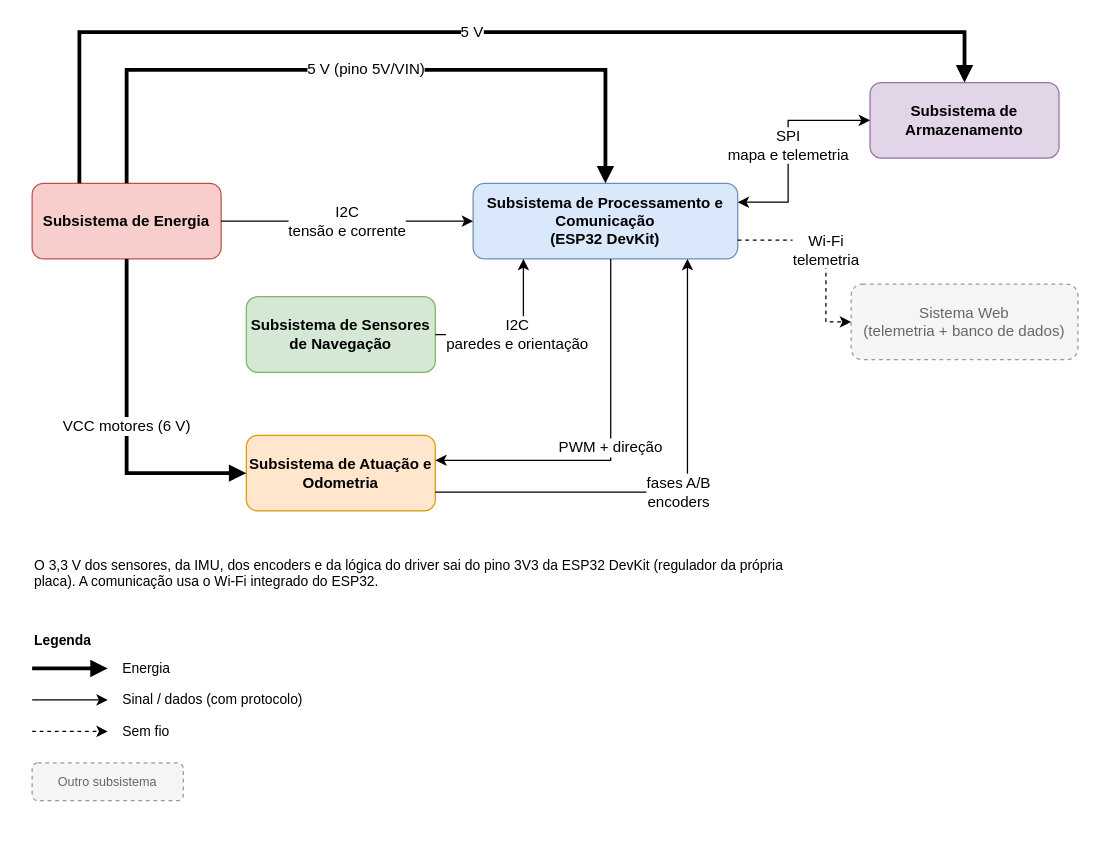
Above: page "Visão geral" (1 of 6) of hw/Placa de Integração/Diagrama de blocos/Diagrama de blocos.drawio in fcte-pi1/2026.2_PI1_Grupo2_Hilmer (draw.io), before the change. Source tidied: cells renumbered, new cells numbered last; positions are measured from the earlier drawing's top-left corner, leaving out a move shared by most shapes. Both pictures are drawn from the tidied source at 126%, with x=0, y=0 at pixel (32, 32).
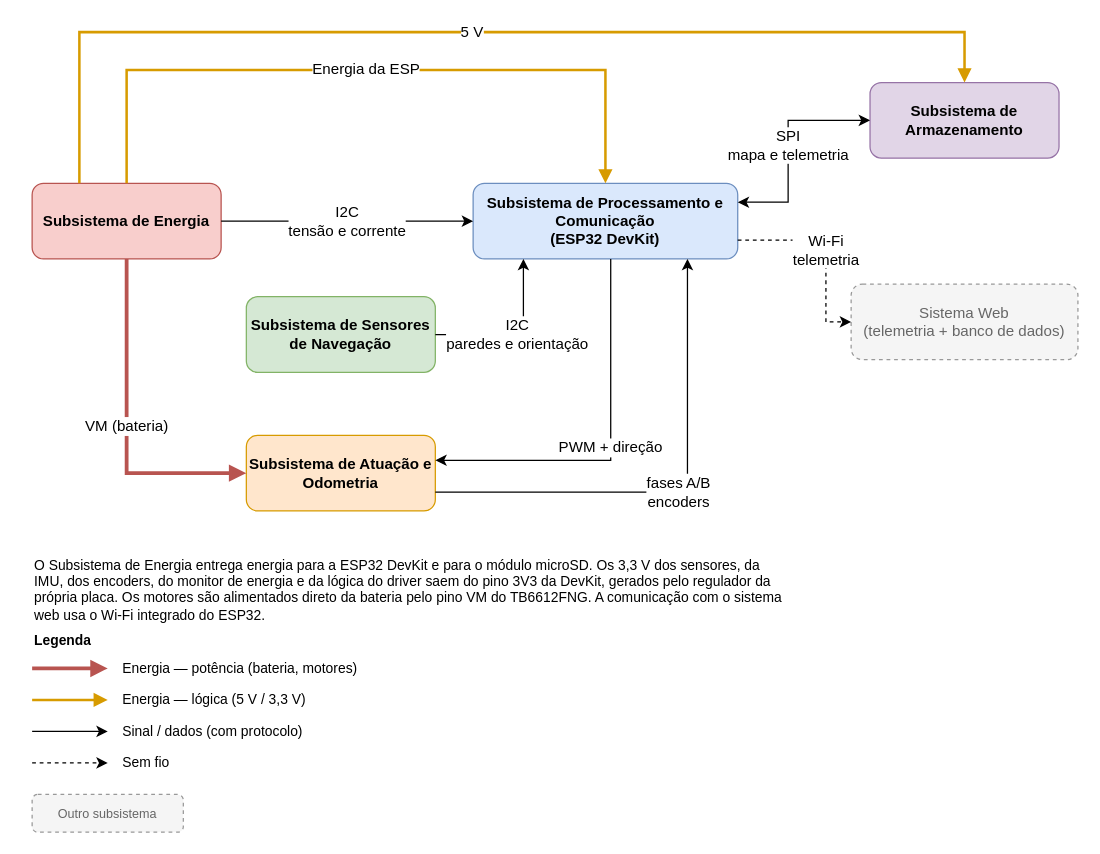
The same page after the edit.

Commit message (it also covers changes not shown here):
[Hardware] Atualiza diagrama de blocos e projeto conceitual para a arquitetura de alimentação definida

The change refers to these unchanged cells:
```xml
<mxCell id="2" value="Subsistema de Energia" style="rounded=1;whiteSpace=wrap;html=1;fillColor=#f8cecc;strokeColor=#b85450;fontStyle=1;" parent="1" vertex="1">
  <mxGeometry y="120" width="150" height="60" as="geometry" />
</mxCell>
<mxCell id="3" value="Subsistema de Processamento e Comunicação&lt;br&gt;(ESP32 DevKit)" style="rounded=1;whiteSpace=wrap;html=1;fillColor=#dae8fc;strokeColor=#6c8ebf;fontStyle=1;" parent="1" vertex="1">
  <mxGeometry x="350" y="120" width="210" height="60" as="geometry" />
</mxCell>
<mxCell id="5" value="Subsistema de Atuação e Odometria" style="rounded=1;whiteSpace=wrap;html=1;fillColor=#ffe6cc;strokeColor=#d79b00;fontStyle=1;" parent="1" vertex="1">
  <mxGeometry x="170" y="320" width="150" height="60" as="geometry" />
</mxCell>
<mxCell id="6" value="Subsistema de Armazenamento" style="rounded=1;whiteSpace=wrap;html=1;fillColor=#e1d5e7;strokeColor=#9673a6;fontStyle=1;" parent="1" vertex="1">
  <mxGeometry x="665" y="40" width="150" height="60" as="geometry" />
</mxCell>
```

The edit, as a diff of the source:
```diff
@@
-    <mxCell id="8" value="&lt;font style=&quot;font-size: 12px;&quot;&gt;5 V (pino 5V/VIN)&lt;/font&gt;" style="edgeStyle=orthogonalEdgeStyle;rounded=0;jettySize=auto;html=1;labelBackgroundColor=#FFFFFF;fontSize=10;strokeWidth=3;endArrow=block;endFill=1;exitX=0.5;exitY=0;exitDx=0;exitDy=0;entryX=0.5;entryY=0;entryDx=0;entryDy=0;" parent="1" edge="1" source="2" target="3">
+    <mxCell id="8" value="&lt;span style=&quot;font-size: 12px;&quot;&gt;Energia da ESP&lt;/span&gt;" style="edgeStyle=orthogonalEdgeStyle;rounded=0;jettySize=auto;html=1;labelBackgroundColor=#FFFFFF;fontSize=10;strokeWidth=2;strokeColor=#D79B00;endArrow=block;endFill=1;exitX=0.5;exitY=0;exitDx=0;exitDy=0;entryX=0.5;entryY=0;entryDx=0;entryDy=0;" parent="1" edge="1" source="2" target="3">
       <mxGeometry relative="1" as="geometry">
         <Array as="points">
           <mxPoint x="75" y="30" />
           <mxPoint x="455" y="30" />
         </Array>
       </mxGeometry>
     </mxCell>
@@
-    <mxCell id="10" value="&lt;font style=&quot;font-size: 12px;&quot;&gt;VCC motores (6 V)&lt;/font&gt;" style="edgeStyle=orthogonalEdgeStyle;rounded=0;jettySize=auto;html=1;labelBackgroundColor=#FFFFFF;fontSize=10;strokeWidth=3;endArrow=block;endFill=1;exitX=0.5;exitY=1;exitDx=0;exitDy=0;entryX=0;entryY=0.5;entryDx=0;entryDy=0;" parent="1" edge="1" source="2" target="5">
+    <mxCell id="10" value="&lt;font style=&quot;font-size: 12px;&quot;&gt;VM (bateria)&lt;/font&gt;" style="edgeStyle=orthogonalEdgeStyle;rounded=0;jettySize=auto;html=1;labelBackgroundColor=#FFFFFF;fontSize=10;strokeWidth=3;strokeColor=#B85450;endArrow=block;endFill=1;exitX=0.5;exitY=1;exitDx=0;exitDy=0;entryX=0;entryY=0.5;entryDx=0;entryDy=0;" parent="1" edge="1" source="2" target="5">
       <mxGeometry relative="1" as="geometry">
         <Array as="points">
           <mxPoint x="75" y="350" />
         </Array>
       </mxGeometry>
     </mxCell>
@@
-    <mxCell id="16" value="O 3,3 V dos sensores, da IMU, dos encoders e da lógica do driver sai do pino 3V3 da ESP32 DevKit (regulador da própria placa). A comunicação usa o Wi-Fi integrado do ESP32." style="text;html=1;align=left;verticalAlign=top;whiteSpace=wrap;fontSize=11;" parent="1" vertex="1">
+    <mxCell id="16" value="O Subsistema de Energia entrega energia para a ESP32 DevKit e para o módulo microSD. Os 3,3 V dos sensores, da IMU, dos encoders, do monitor de energia e da lógica do driver saem do pino 3V3 da DevKit, gerados pelo regulador da própria placa. Os motores são alimentados direto da bateria pelo pino VM do TB6612FNG. A comunicação com o sistema web usa o Wi-Fi integrado do ESP32." style="text;html=1;align=left;verticalAlign=top;whiteSpace=wrap;fontSize=11;" parent="1" vertex="1">
       <mxGeometry y="410" width="600" height="40" as="geometry" />
     </mxCell>
@@
-    <mxCell id="18" style="edgeStyle=orthogonalEdgeStyle;rounded=0;orthogonalLoop=1;jettySize=auto;html=1;labelBackgroundColor=#FFFFFF;fontSize=10;strokeWidth=3;endArrow=block;endFill=1;" parent="1" edge="1">
+    <mxCell id="18" style="edgeStyle=orthogonalEdgeStyle;rounded=0;orthogonalLoop=1;jettySize=auto;html=1;labelBackgroundColor=#FFFFFF;fontSize=10;strokeWidth=3;strokeColor=#B85450;endArrow=block;endFill=1;" parent="1" edge="1">
       <mxGeometry relative="1" as="geometry">
         <mxPoint y="505" as="sourcePoint" />
         <mxPoint x="60" y="505" as="targetPoint" />
       </mxGeometry>
     </mxCell>
-    <mxCell id="19" value="Energia" style="text;html=1;align=left;verticalAlign=top;whiteSpace=wrap;fontSize=11;verticalAlign=middle;" parent="1" vertex="1">
-      <mxGeometry x="70" y="495" width="200" height="20" as="geometry" />
+    <mxCell id="19" value="Energia — potência (bateria, motores)" style="text;html=1;align=left;verticalAlign=top;whiteSpace=wrap;fontSize=11;verticalAlign=middle;" parent="1" vertex="1">
+      <mxGeometry x="70" y="495" width="240" height="20" as="geometry" />
     </mxCell>
     <mxCell id="20" style="edgeStyle=orthogonalEdgeStyle;rounded=0;orthogonalLoop=1;jettySize=auto;html=1;labelBackgroundColor=#FFFFFF;fontSize=10;strokeWidth=1;endArrow=classic;endFill=1;" parent="1" edge="1">
       <mxGeometry relative="1" as="geometry">
-        <mxPoint y="530" as="sourcePoint" />
-        <mxPoint x="60" y="530" as="targetPoint" />
+        <mxPoint y="555" as="sourcePoint" />
+        <mxPoint x="60" y="555" as="targetPoint" />
       </mxGeometry>
     </mxCell>
     <mxCell id="21" value="Sinal / dados (com protocolo)" style="text;html=1;align=left;verticalAlign=top;whiteSpace=wrap;fontSize=11;verticalAlign=middle;" parent="1" vertex="1">
-      <mxGeometry x="70" y="520" width="200" height="20" as="geometry" />
+      <mxGeometry x="70" y="545" width="200" height="20" as="geometry" />
     </mxCell>
     <mxCell id="22" style="edgeStyle=orthogonalEdgeStyle;rounded=0;orthogonalLoop=1;jettySize=auto;html=1;labelBackgroundColor=#FFFFFF;fontSize=10;strokeWidth=1;endArrow=classic;endFill=1;dashed=1;" parent="1" edge="1">
       <mxGeometry relative="1" as="geometry">
-        <mxPoint y="555" as="sourcePoint" />
-        <mxPoint x="60" y="555" as="targetPoint" />
+        <mxPoint y="580" as="sourcePoint" />
+        <mxPoint x="60" y="580" as="targetPoint" />
       </mxGeometry>
     </mxCell>
     <mxCell id="23" value="Sem fio" style="text;html=1;align=left;verticalAlign=top;whiteSpace=wrap;fontSize=11;verticalAlign=middle;" parent="1" vertex="1">
-      <mxGeometry x="70" y="545" width="200" height="20" as="geometry" />
+      <mxGeometry x="70" y="570" width="200" height="20" as="geometry" />
     </mxCell>
     <mxCell id="24" value="Outro subsistema" style="rounded=1;whiteSpace=wrap;html=1;fillColor=#f5f5f5;strokeColor=#999999;dashed=1;fontColor=#666666;fontSize=10;" parent="1" vertex="1">
-      <mxGeometry y="580" width="120" height="30" as="geometry" />
+      <mxGeometry y="605" width="120" height="30" as="geometry" />
     </mxCell>
-    <mxCell id="25" value="&lt;font style=&quot;font-size: 12px;&quot;&gt;5 V&lt;/font&gt;" style="edgeStyle=orthogonalEdgeStyle;rounded=0;jettySize=auto;html=1;labelBackgroundColor=#FFFFFF;fontSize=10;strokeWidth=3;endArrow=block;endFill=1;exitX=0.25;exitY=0;exitDx=0;exitDy=0;entryX=0.5;entryY=0;entryDx=0;entryDy=0;" parent="1" edge="1" source="2" target="6">
+    <mxCell id="25" value="&lt;font style=&quot;font-size: 12px;&quot;&gt;5 V&lt;/font&gt;" style="edgeStyle=orthogonalEdgeStyle;rounded=0;jettySize=auto;html=1;labelBackgroundColor=#FFFFFF;fontSize=10;strokeWidth=2;strokeColor=#D79B00;endArrow=block;endFill=1;exitX=0.25;exitY=0;exitDx=0;exitDy=0;entryX=0.5;entryY=0;entryDx=0;entryDy=0;" parent="1" edge="1" source="2" target="6">
       <mxGeometry relative="1" as="geometry">
         <Array as="points">
           <mxPoint x="37.5" />
           <mxPoint x="740" />
         </Array>
       </mxGeometry>
     </mxCell>
+    <mxCell id="26" style="edgeStyle=orthogonalEdgeStyle;rounded=0;orthogonalLoop=1;jettySize=auto;html=1;labelBackgroundColor=#FFFFFF;fontSize=10;strokeWidth=2;strokeColor=#D79B00;endArrow=block;endFill=1;" parent="1" edge="1">
+      <mxGeometry relative="1" as="geometry">
+        <mxPoint y="530" as="sourcePoint" />
+        <mxPoint x="60" y="530" as="targetPoint" />
+      </mxGeometry>
+    </mxCell>
+    <mxCell id="27" value="Energia — lógica (5 V / 3,3 V)" style="text;html=1;align=left;verticalAlign=top;whiteSpace=wrap;fontSize=11;verticalAlign=middle;" parent="1" vertex="1">
+      <mxGeometry x="70" y="520" width="240" height="20" as="geometry" />
+    </mxCell>
```
